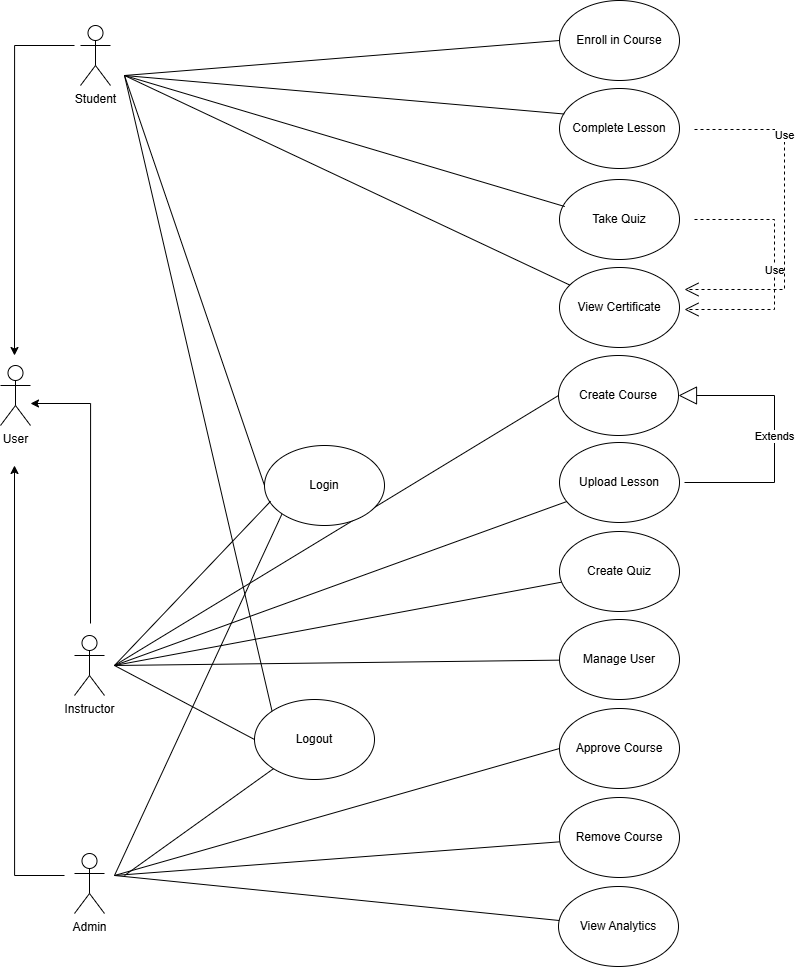
Before: exports/Use.png, a diagram exported from draw.io (Mohamed-Bahig/SkillForge-UML-Design). Source tidied: cells renumbered, new cells last; positions are measured from the earlier drawing's top-left corner, leaving out a move shared by most shapes.
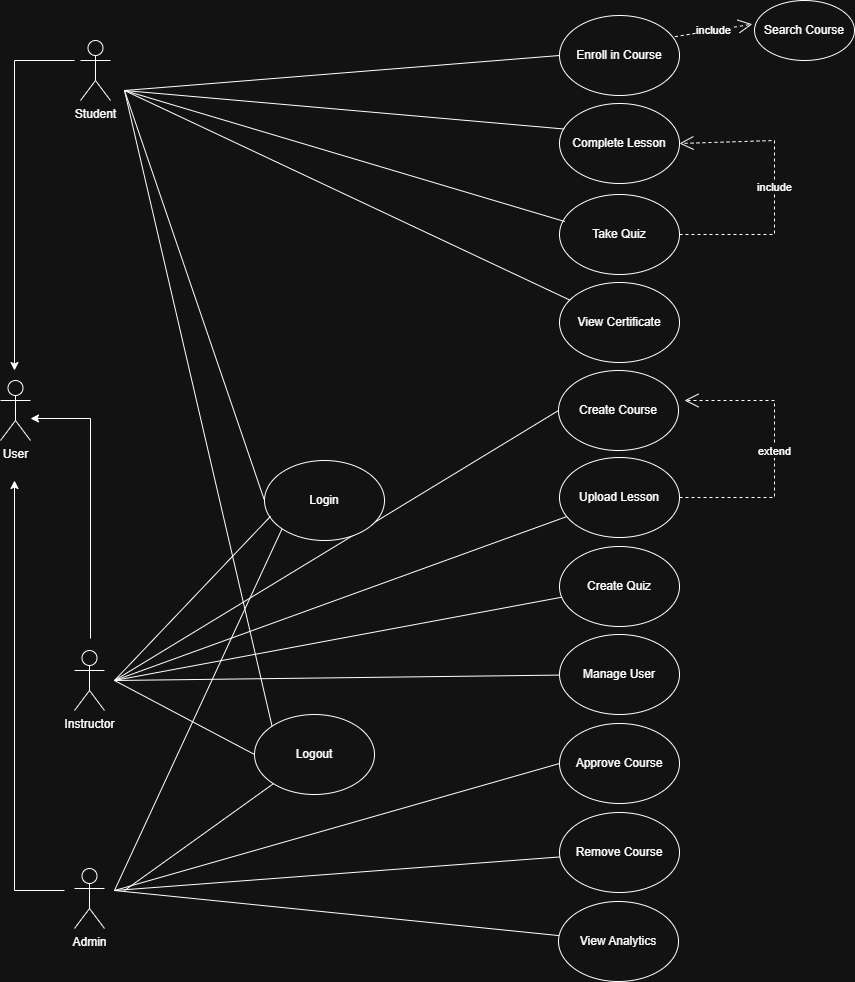
After the commit.

Commit message:
use case

The edit, as a diff of the source:
```diff
@@ -5,43 +5,43 @@
     <mxCell id="2" value="Student" style="shape=umlActor;verticalLabelPosition=bottom;verticalAlign=top;html=1;" parent="1" vertex="1">
       <mxGeometry x="80" y="25" width="30" height="60" as="geometry" />
     </mxCell>
-    <mxCell id="3" style="edgeStyle=orthogonalEdgeStyle;rounded=0;orthogonalLoop=1;jettySize=auto;html=1;" parent="1" edge="1">
-      <mxGeometry relative="1" as="geometry">
-        <mxPoint x="90" y="623" as="sourcePoint" />
-        <mxPoint x="30" y="403" as="targetPoint" />
-        <Array as="points">
-          <mxPoint x="90" y="623" />
-          <mxPoint x="90" y="403" />
-        </Array>
-      </mxGeometry>
-    </mxCell>
+    <mxCell id="42" style="edgeStyle=orthogonalEdgeStyle;rounded=0;orthogonalLoop=1;jettySize=auto;html=1;" parent="1" edge="1">
+      <mxGeometry relative="1" as="geometry">
+        <mxPoint x="90" y="623" as="sourcePoint" />
+        <mxPoint x="30" y="403" as="targetPoint" />
+        <Array as="points">
+          <mxPoint x="90" y="623" />
+          <mxPoint x="90" y="403" />
+        </Array>
+      </mxGeometry>
+    </mxCell>
     <mxCell id="4" value="Instructor" style="shape=umlActor;verticalLabelPosition=bottom;verticalAlign=top;html=1;" parent="1" vertex="1">
       <mxGeometry x="74" y="635" width="30" height="60" as="geometry" />
     </mxCell>
-    <mxCell id="5" style="endArrow=none;html=1;rounded=0;entryX=0;entryY=0.5;entryDx=0;entryDy=0;" parent="1" edge="1" target="28">
-      <mxGeometry relative="1" as="geometry">
-        <mxPoint x="124" y="75" as="sourcePoint" />
-      </mxGeometry>
-    </mxCell>
-    <mxCell id="6" style="endArrow=none;html=1;rounded=0;entryX=0;entryY=1;entryDx=0;entryDy=0;" parent="1" edge="1" target="28">
-      <mxGeometry relative="1" as="geometry">
-        <mxPoint x="114" y="875" as="sourcePoint" />
-      </mxGeometry>
-    </mxCell>
-    <mxCell id="7" style="endArrow=none;html=1;rounded=0;" parent="1" edge="1" target="20">
-      <mxGeometry relative="1" as="geometry">
-        <mxPoint x="114" y="665" as="sourcePoint" />
-      </mxGeometry>
-    </mxCell>
-    <mxCell id="8" style="edgeStyle=orthogonalEdgeStyle;rounded=0;orthogonalLoop=1;jettySize=auto;html=1;" parent="1" edge="1">
-      <mxGeometry relative="1" as="geometry">
-        <mxPoint x="74" y="45" as="sourcePoint" />
-        <mxPoint x="14" y="355" as="targetPoint" />
-        <Array as="points">
-          <mxPoint x="14" y="45" />
-        </Array>
-      </mxGeometry>
-    </mxCell>
+    <mxCell id="43" style="endArrow=none;html=1;rounded=0;entryX=0;entryY=0.5;entryDx=0;entryDy=0;" parent="1" edge="1" target="28">
+      <mxGeometry relative="1" as="geometry">
+        <mxPoint x="124" y="75" as="sourcePoint" />
+      </mxGeometry>
+    </mxCell>
+    <mxCell id="44" style="endArrow=none;html=1;rounded=0;entryX=0;entryY=1;entryDx=0;entryDy=0;" parent="1" edge="1" target="28">
+      <mxGeometry relative="1" as="geometry">
+        <mxPoint x="114" y="875" as="sourcePoint" />
+      </mxGeometry>
+    </mxCell>
+    <mxCell id="45" style="endArrow=none;html=1;rounded=0;" parent="1" edge="1" target="20">
+      <mxGeometry relative="1" as="geometry">
+        <mxPoint x="114" y="665" as="sourcePoint" />
+      </mxGeometry>
+    </mxCell>
+    <mxCell id="46" style="edgeStyle=orthogonalEdgeStyle;rounded=0;orthogonalLoop=1;jettySize=auto;html=1;" parent="1" edge="1">
+      <mxGeometry relative="1" as="geometry">
+        <mxPoint x="74" y="45" as="sourcePoint" />
+        <mxPoint x="14" y="355" as="targetPoint" />
+        <Array as="points">
+          <mxPoint x="14" y="45" />
+        </Array>
+      </mxGeometry>
+    </mxCell>
     <mxCell id="9" value="Enroll in Course" style="ellipse;whiteSpace=wrap;html=1;" parent="1" vertex="1">
       <mxGeometry x="559" width="120" height="80" as="geometry" />
     </mxCell>
@@ -57,26 +57,26 @@
     <mxCell id="13" value="View Certificate" style="ellipse;whiteSpace=wrap;html=1;" parent="1" vertex="1">
       <mxGeometry x="559" y="267" width="120" height="80" as="geometry" />
     </mxCell>
-    <mxCell id="14" style="endArrow=none;html=1;rounded=0;entryX=0;entryY=0.5;entryDx=0;entryDy=0;" parent="1" edge="1" target="9">
-      <mxGeometry relative="1" as="geometry">
-        <mxPoint x="124" y="75" as="sourcePoint" />
-      </mxGeometry>
-    </mxCell>
-    <mxCell id="15" style="endArrow=none;html=1;rounded=0;entryX=0.04;entryY=0.319;entryDx=0;entryDy=0;entryPerimeter=0;" parent="1" edge="1" target="10">
-      <mxGeometry relative="1" as="geometry">
-        <mxPoint x="124" y="75" as="sourcePoint" />
-      </mxGeometry>
-    </mxCell>
-    <mxCell id="16" style="endArrow=none;html=1;rounded=0;entryX=0.044;entryY=0.338;entryDx=0;entryDy=0;entryPerimeter=0;" parent="1" edge="1" target="12">
-      <mxGeometry relative="1" as="geometry">
-        <mxPoint x="124" y="75" as="sourcePoint" />
-      </mxGeometry>
-    </mxCell>
-    <mxCell id="17" style="endArrow=none;html=1;rounded=0;entryX=0.085;entryY=0.219;entryDx=0;entryDy=0;entryPerimeter=0;" parent="1" edge="1" target="13">
-      <mxGeometry relative="1" as="geometry">
-        <mxPoint x="124" y="75" as="sourcePoint" />
-      </mxGeometry>
-    </mxCell>
+    <mxCell id="47" style="endArrow=none;html=1;rounded=0;entryX=0;entryY=0.5;entryDx=0;entryDy=0;" parent="1" edge="1" target="9">
+      <mxGeometry relative="1" as="geometry">
+        <mxPoint x="124" y="75" as="sourcePoint" />
+      </mxGeometry>
+    </mxCell>
+    <mxCell id="48" style="endArrow=none;html=1;rounded=0;entryX=0.04;entryY=0.319;entryDx=0;entryDy=0;entryPerimeter=0;" parent="1" edge="1" target="10">
+      <mxGeometry relative="1" as="geometry">
+        <mxPoint x="124" y="75" as="sourcePoint" />
+      </mxGeometry>
+    </mxCell>
+    <mxCell id="49" style="endArrow=none;html=1;rounded=0;entryX=0.044;entryY=0.338;entryDx=0;entryDy=0;entryPerimeter=0;" parent="1" edge="1" target="12">
+      <mxGeometry relative="1" as="geometry">
+        <mxPoint x="124" y="75" as="sourcePoint" />
+      </mxGeometry>
+    </mxCell>
+    <mxCell id="50" style="endArrow=none;html=1;rounded=0;entryX=0.085;entryY=0.219;entryDx=0;entryDy=0;entryPerimeter=0;" parent="1" edge="1" target="13">
+      <mxGeometry relative="1" as="geometry">
+        <mxPoint x="124" y="75" as="sourcePoint" />
+      </mxGeometry>
+    </mxCell>
     <mxCell id="18" value="Create Course" style="ellipse;whiteSpace=wrap;html=1;" parent="1" vertex="1">
       <mxGeometry x="558" y="355" width="120" height="80" as="geometry" />
     </mxCell>
@@ -89,16 +89,16 @@
     <mxCell id="21" value="Manage User" style="ellipse;whiteSpace=wrap;html=1;" parent="1" vertex="1">
       <mxGeometry x="559" y="619" width="120" height="80" as="geometry" />
     </mxCell>
-    <mxCell id="22" style="endArrow=none;html=1;rounded=0;entryX=0;entryY=0.5;entryDx=0;entryDy=0;" parent="1" edge="1" target="18">
-      <mxGeometry relative="1" as="geometry">
-        <mxPoint x="114" y="665" as="sourcePoint" />
-      </mxGeometry>
-    </mxCell>
-    <mxCell id="23" style="endArrow=none;html=1;rounded=0;" parent="1" edge="1" target="19">
-      <mxGeometry relative="1" as="geometry">
-        <mxPoint x="114" y="665" as="sourcePoint" />
-      </mxGeometry>
-    </mxCell>
+    <mxCell id="51" style="endArrow=none;html=1;rounded=0;entryX=0;entryY=0.5;entryDx=0;entryDy=0;" parent="1" edge="1" target="18">
+      <mxGeometry relative="1" as="geometry">
+        <mxPoint x="114" y="665" as="sourcePoint" />
+      </mxGeometry>
+    </mxCell>
+    <mxCell id="52" style="endArrow=none;html=1;rounded=0;" parent="1" edge="1" target="19">
+      <mxGeometry relative="1" as="geometry">
+        <mxPoint x="114" y="665" as="sourcePoint" />
+      </mxGeometry>
+    </mxCell>
     <mxCell id="24" value="Approve Course" style="ellipse;whiteSpace=wrap;html=1;" parent="1" vertex="1">
       <mxGeometry x="559" y="708" width="120" height="80" as="geometry" />
     </mxCell>
@@ -108,93 +108,87 @@
     <mxCell id="26" value="View Analytics" style="ellipse;whiteSpace=wrap;html=1;" parent="1" vertex="1">
       <mxGeometry x="558" y="886" width="120" height="80" as="geometry" />
     </mxCell>
-    <mxCell id="27" style="endArrow=none;html=1;rounded=0;" parent="1" edge="1" target="21">
-      <mxGeometry relative="1" as="geometry">
-        <mxPoint x="114" y="665" as="sourcePoint" />
-      </mxGeometry>
-    </mxCell>
+    <mxCell id="53" style="endArrow=none;html=1;rounded=0;" parent="1" edge="1" target="21">
+      <mxGeometry relative="1" as="geometry">
+        <mxPoint x="114" y="665" as="sourcePoint" />
+      </mxGeometry>
+    </mxCell>
     <mxCell id="28" value="Login" style="ellipse;whiteSpace=wrap;html=1;" parent="1" vertex="1">
       <mxGeometry x="264" y="445" width="120" height="80" as="geometry" />
     </mxCell>
-    <mxCell id="29" style="edgeStyle=orthogonalEdgeStyle;rounded=0;orthogonalLoop=1;jettySize=auto;html=1;" parent="1" edge="1">
-      <mxGeometry relative="1" as="geometry">
-        <mxPoint x="64" y="875" as="sourcePoint" />
-        <mxPoint x="14" y="465" as="targetPoint" />
-        <Array as="points">
-          <mxPoint x="64" y="875" />
-          <mxPoint x="14" y="875" />
-        </Array>
-      </mxGeometry>
-    </mxCell>
+    <mxCell id="54" style="edgeStyle=orthogonalEdgeStyle;rounded=0;orthogonalLoop=1;jettySize=auto;html=1;" parent="1" edge="1">
+      <mxGeometry relative="1" as="geometry">
+        <mxPoint x="64" y="875" as="sourcePoint" />
+        <mxPoint x="14" y="465" as="targetPoint" />
+        <Array as="points">
+          <mxPoint x="64" y="875" />
+          <mxPoint x="14" y="875" />
+        </Array>
+      </mxGeometry>
+    </mxCell>
     <mxCell id="30" value="User" style="shape=umlActor;verticalLabelPosition=bottom;verticalAlign=top;html=1;" parent="1" vertex="1">
       <mxGeometry y="365" width="30" height="60" as="geometry" />
     </mxCell>
-    <mxCell id="31" style="endArrow=none;html=1;rounded=0;entryX=0.051;entryY=0.697;entryDx=0;entryDy=0;entryPerimeter=0;" parent="1" edge="1" target="28">
-      <mxGeometry relative="1" as="geometry">
-        <mxPoint x="114" y="665" as="sourcePoint" />
-      </mxGeometry>
-    </mxCell>
-    <mxCell id="32" style="endArrow=none;html=1;rounded=0;entryX=0;entryY=0.5;entryDx=0;entryDy=0;" parent="1" edge="1" target="24">
-      <mxGeometry relative="1" as="geometry">
-        <mxPoint x="114" y="875" as="sourcePoint" />
-      </mxGeometry>
-    </mxCell>
-    <mxCell id="33" style="endArrow=none;html=1;rounded=0;" parent="1" edge="1" target="25">
-      <mxGeometry relative="1" as="geometry">
-        <mxPoint x="114" y="875" as="sourcePoint" />
-      </mxGeometry>
-    </mxCell>
-    <mxCell id="34" style="endArrow=none;html=1;rounded=0;" parent="1" edge="1" target="26">
-      <mxGeometry relative="1" as="geometry">
-        <mxPoint x="114" y="875" as="sourcePoint" />
-      </mxGeometry>
-    </mxCell>
-    <mxCell id="35" value="Use" style="endArrow=open;endSize=12;dashed=1;html=1;rounded=0;" parent="1" edge="1">
-      <mxGeometry x="-0.45" relative="1" as="geometry">
-        <mxPoint x="694" y="129" as="sourcePoint" />
-        <mxPoint x="684" y="289" as="targetPoint" />
-        <Array as="points">
-          <mxPoint x="784" y="129" />
-          <mxPoint x="784" y="289" />
-        </Array>
-      </mxGeometry>
-    </mxCell>
-    <mxCell id="36" value="Use" style="endArrow=open;endSize=12;dashed=1;html=1;rounded=0;" parent="1" edge="1">
-      <mxGeometry relative="1" as="geometry">
-        <mxPoint x="694" y="219" as="sourcePoint" />
-        <mxPoint x="684" y="309" as="targetPoint" />
-        <Array as="points">
-          <mxPoint x="774" y="219" />
-          <mxPoint x="774" y="309" />
-        </Array>
-      </mxGeometry>
-    </mxCell>
+    <mxCell id="55" style="endArrow=none;html=1;rounded=0;entryX=0.051;entryY=0.697;entryDx=0;entryDy=0;entryPerimeter=0;" parent="1" edge="1" target="28">
+      <mxGeometry relative="1" as="geometry">
+        <mxPoint x="114" y="665" as="sourcePoint" />
+      </mxGeometry>
+    </mxCell>
+    <mxCell id="56" style="endArrow=none;html=1;rounded=0;entryX=0;entryY=0.5;entryDx=0;entryDy=0;" parent="1" edge="1" target="24">
+      <mxGeometry relative="1" as="geometry">
+        <mxPoint x="114" y="875" as="sourcePoint" />
+      </mxGeometry>
+    </mxCell>
+    <mxCell id="57" style="endArrow=none;html=1;rounded=0;" parent="1" edge="1" target="25">
+      <mxGeometry relative="1" as="geometry">
+        <mxPoint x="114" y="875" as="sourcePoint" />
+      </mxGeometry>
+    </mxCell>
+    <mxCell id="58" style="endArrow=none;html=1;rounded=0;" parent="1" edge="1" target="26">
+      <mxGeometry relative="1" as="geometry">
+        <mxPoint x="114" y="875" as="sourcePoint" />
+      </mxGeometry>
+    </mxCell>
     <mxCell id="37" value="Logout" style="ellipse;whiteSpace=wrap;html=1;" parent="1" vertex="1">
       <mxGeometry x="254" y="699" width="120" height="80" as="geometry" />
     </mxCell>
-    <mxCell id="38" style="endArrow=none;html=1;rounded=0;entryX=0;entryY=0.5;entryDx=0;entryDy=0;" parent="1" edge="1" target="37">
-      <mxGeometry relative="1" as="geometry">
-        <mxPoint x="114" y="665" as="sourcePoint" />
-      </mxGeometry>
-    </mxCell>
-    <mxCell id="39" style="endArrow=none;html=1;rounded=0;entryX=0;entryY=0;entryDx=0;entryDy=0;" parent="1" edge="1" target="37">
-      <mxGeometry relative="1" as="geometry">
-        <mxPoint x="124" y="75" as="sourcePoint" />
-      </mxGeometry>
-    </mxCell>
-    <mxCell id="40" style="endArrow=none;html=1;rounded=0;" parent="1" edge="1" target="37">
-      <mxGeometry relative="1" as="geometry">
-        <mxPoint x="124" y="875" as="sourcePoint" />
-      </mxGeometry>
-    </mxCell>
-    <mxCell id="41" value="Extends" style="endArrow=block;endSize=16;endFill=0;html=1;rounded=0;entryX=1;entryY=0.5;entryDx=0;entryDy=0;" parent="1" edge="1" target="18">
-      <mxGeometry relative="1" as="geometry">
-        <mxPoint x="684" y="482" as="sourcePoint" />
-        <Array as="points">
-          <mxPoint x="774" y="482" />
-          <mxPoint x="774" y="395" />
-        </Array>
-      </mxGeometry>
-    </mxCell>
+    <mxCell id="59" style="endArrow=none;html=1;rounded=0;entryX=0;entryY=0.5;entryDx=0;entryDy=0;" parent="1" edge="1" target="37">
+      <mxGeometry relative="1" as="geometry">
+        <mxPoint x="114" y="665" as="sourcePoint" />
+      </mxGeometry>
+    </mxCell>
+    <mxCell id="60" style="endArrow=none;html=1;rounded=0;entryX=0;entryY=0;entryDx=0;entryDy=0;" parent="1" edge="1" target="37">
+      <mxGeometry relative="1" as="geometry">
+        <mxPoint x="124" y="75" as="sourcePoint" />
+      </mxGeometry>
+    </mxCell>
+    <mxCell id="61" style="endArrow=none;html=1;rounded=0;" parent="1" edge="1" target="37">
+      <mxGeometry relative="1" as="geometry">
+        <mxPoint x="124" y="875" as="sourcePoint" />
+      </mxGeometry>
+    </mxCell>
+    <mxCell id="62" value="Search Course" style="ellipse;whiteSpace=wrap;html=1;" parent="1" vertex="1">
+      <mxGeometry x="754" y="-15" width="100" height="60" as="geometry" />
+    </mxCell>
+    <mxCell id="63" value="include" style="endArrow=open;endSize=12;dashed=1;html=1;rounded=0;exitX=0.961;exitY=0.265;exitDx=0;exitDy=0;exitPerimeter=0;entryX=-0.022;entryY=0.395;entryDx=0;entryDy=0;entryPerimeter=0;" parent="1" edge="1" source="9" target="62">
+      <mxGeometry relative="1" as="geometry" />
+    </mxCell>
+    <mxCell id="64" value="include" style="endArrow=open;endSize=12;dashed=1;html=1;rounded=0;exitX=1;exitY=0.5;exitDx=0;exitDy=0;entryX=1;entryY=0.5;entryDx=0;entryDy=0;" parent="1" edge="1" source="12" target="10">
+      <mxGeometry relative="1" as="geometry">
+        <Array as="points">
+          <mxPoint x="774" y="219" />
+          <mxPoint x="774" y="125" />
+        </Array>
+      </mxGeometry>
+    </mxCell>
+    <mxCell id="65" value="extend" style="endArrow=open;endSize=12;dashed=1;html=1;rounded=0;exitX=1;exitY=0.5;exitDx=0;exitDy=0;" parent="1" edge="1" source="19">
+      <mxGeometry relative="1" as="geometry">
+        <mxPoint x="684" y="385" as="targetPoint" />
+        <Array as="points">
+          <mxPoint x="774" y="482" />
+          <mxPoint x="774" y="385" />
+        </Array>
+      </mxGeometry>
+    </mxCell>
   </root>
 </mxGraphModel>
```
